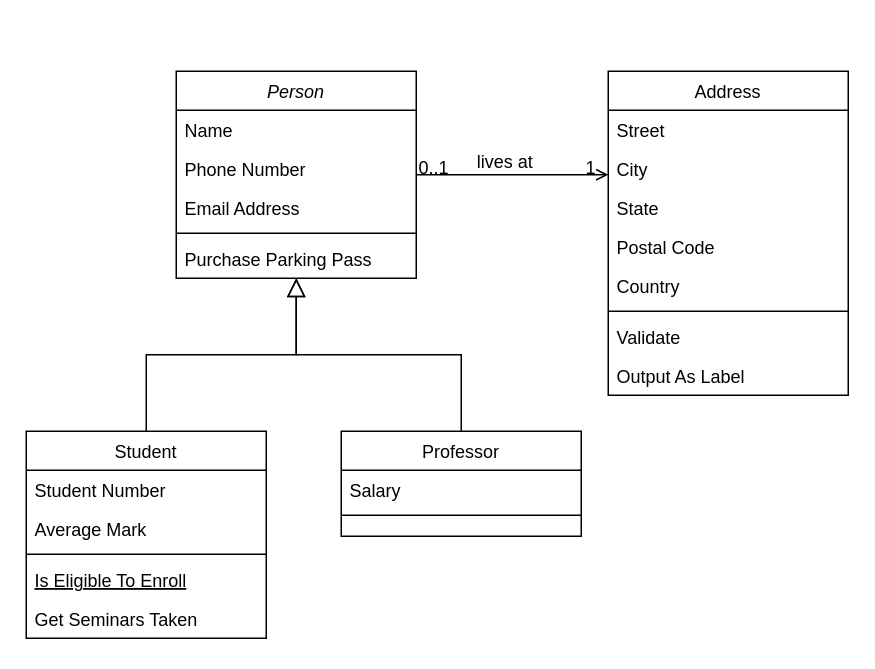
This is Diagrama de classes.drawio from gman2004-spec/Draw.io, a draw.io file, before an edit. Source tidied: cells renumbered, new cells numbered last; positions are measured from the earlier drawing's top-left corner, leaving out a move shared by most shapes. Both pictures are drawn from the tidied source at 150%, with x=0, y=0 at pixel (26, 70).
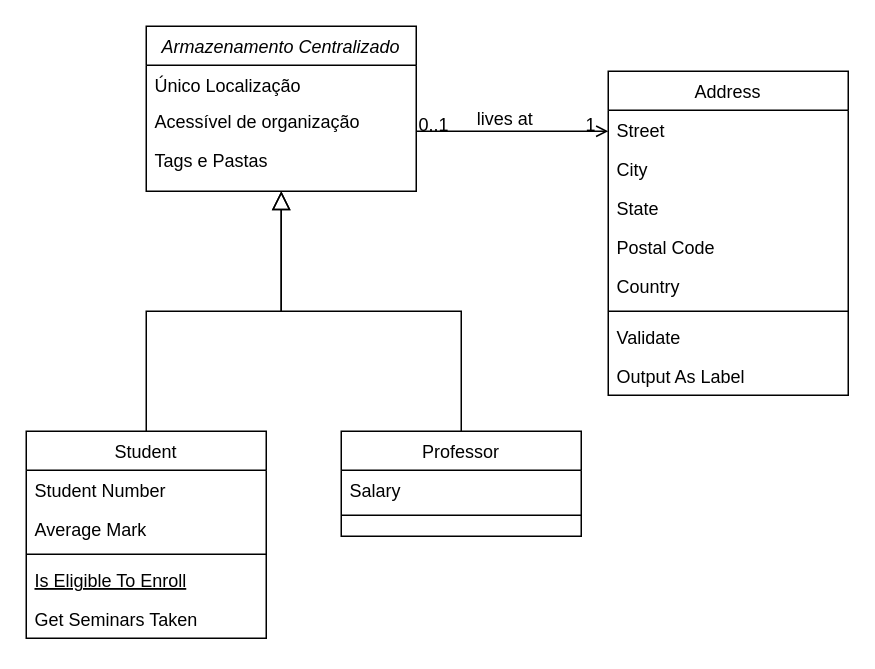
Above is the later version.

The edit, as a diff of the source:
```diff
@@
-    <mxCell id="2" value="Person" style="swimlane;fontStyle=2;align=center;verticalAlign=top;horizontal=1;startSize=26;rounded=0;shadow=0;strokeWidth=1;" parent="1" vertex="1">
-      <mxGeometry x="100" width="160" height="138" as="geometry" />
+    <mxCell id="2" value="Armazenamento Centralizado" style="swimlane;fontStyle=2;align=center;verticalAlign=top;horizontal=1;startSize=26;rounded=0;shadow=0;strokeWidth=1;" parent="1" vertex="1">
+      <mxGeometry x="80" y="-30" width="180" height="110" as="geometry" />
     </mxCell>
-    <mxCell id="3" value="Name" style="text;align=left;verticalAlign=top;spacingLeft=4;spacingRight=4;overflow=hidden;" parent="2" vertex="1">
-      <mxGeometry y="26" width="160" height="26" as="geometry" />
+    <mxCell id="3" value="Único Localização" style="text;align=left;verticalAlign=top;spacingLeft=4;spacingRight=4;overflow=hidden;" parent="2" vertex="1">
+      <mxGeometry y="26" width="180" height="24" as="geometry" />
     </mxCell>
-    <mxCell id="4" value="Phone Number" style="text;align=left;verticalAlign=top;spacingLeft=4;spacingRight=4;overflow=hidden;rounded=0;shadow=0;html=0;" parent="2" vertex="1">
-      <mxGeometry y="52" width="160" height="26" as="geometry" />
+    <mxCell id="4" value="Acessível de organização" style="text;align=left;verticalAlign=top;spacingLeft=4;spacingRight=4;overflow=hidden;rounded=0;shadow=0;html=0;" parent="2" vertex="1">
+      <mxGeometry y="50" width="180" height="26" as="geometry" />
     </mxCell>
-    <mxCell id="5" value="Email Address" style="text;align=left;verticalAlign=top;spacingLeft=4;spacingRight=4;overflow=hidden;rounded=0;shadow=0;html=0;" parent="2" vertex="1">
-      <mxGeometry y="78" width="160" height="26" as="geometry" />
+    <mxCell id="5" value="Tags e Pastas" style="text;align=left;verticalAlign=top;spacingLeft=4;spacingRight=4;overflow=hidden;rounded=0;shadow=0;html=0;" parent="2" vertex="1">
+      <mxGeometry y="76" width="180" height="26" as="geometry" />
     </mxCell>
-    <mxCell id="6" style="line;html=1;strokeWidth=1;align=left;verticalAlign=middle;spacingTop=-1;spacingLeft=3;spacingRight=3;labelPosition=right;" parent="2" vertex="1">
-      <mxGeometry y="104" width="160" height="8" as="geometry" />
-    </mxCell>
-    <mxCell id="7" value="Purchase Parking Pass" style="text;align=left;verticalAlign=top;spacingLeft=4;spacingRight=4;overflow=hidden;" parent="2" vertex="1">
-      <mxGeometry y="112" width="160" height="26" as="geometry" />
-    </mxCell>
```
